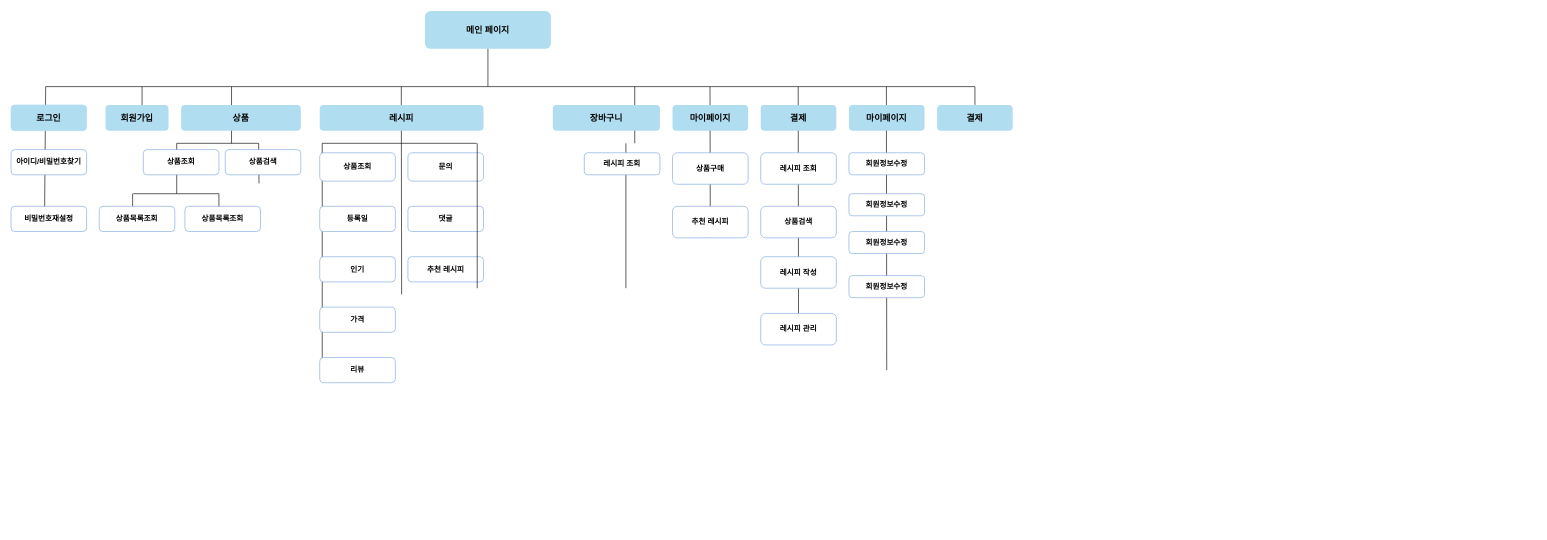
wjdwodhs/Flowchart keeps this draw.io diagram as Flowchart.drawio. Above is the earlier version. Source tidied: cells renumbered, new cells numbered last; positions are measured from the earlier drawing's top-left corner, leaving out a move shared by most shapes. Both pictures are drawn from the tidied source at 63%, with x=0, y=0 at pixel (11, 11).
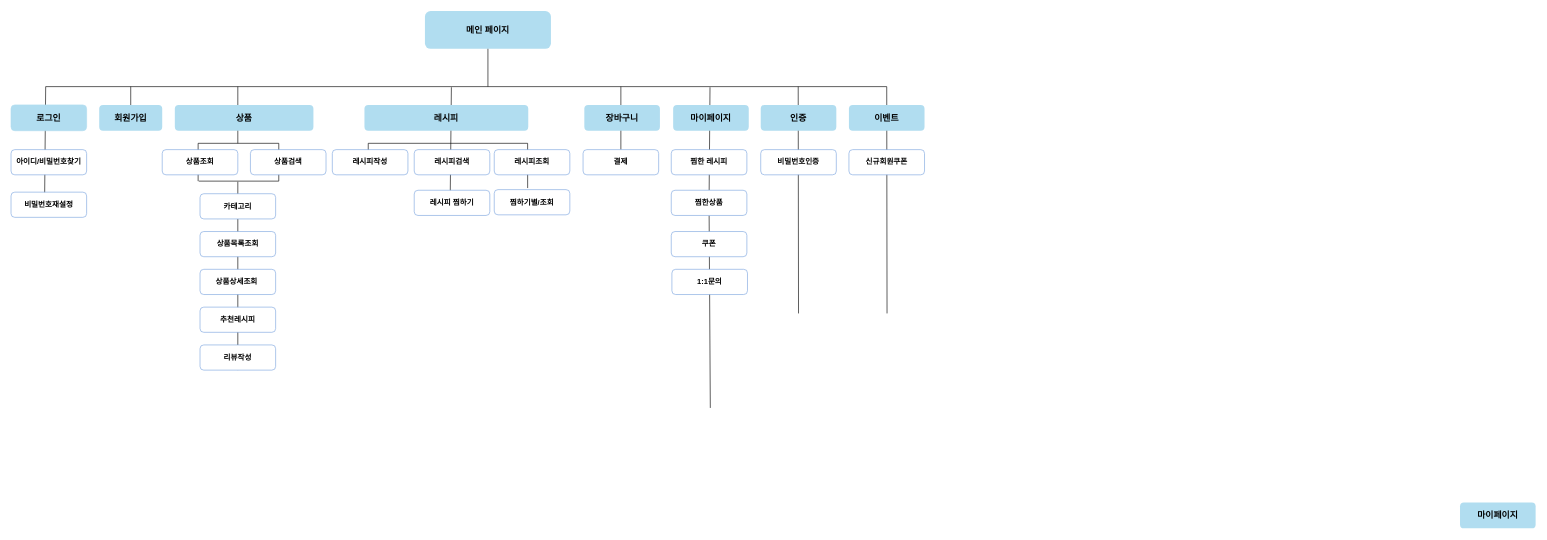
The same diagram, later.

The edit, as a diff of the source:
```diff
@@
     <mxCell id="3" style="endArrow=none;html=1;rounded=0;" parent="1" edge="1">
       <mxGeometry relative="1" as="geometry">
         <mxPoint x="55" y="120" as="sourcePoint" />
-        <mxPoint x="1530" y="120" as="targetPoint" />
+        <mxPoint x="1390" y="120" as="targetPoint" />
       </mxGeometry>
     </mxCell>
@@
     <mxCell id="6" style="endArrow=none;html=1;rounded=0;" parent="1" edge="1">
       <mxGeometry relative="1" as="geometry">
-        <mxPoint x="208" y="180" as="sourcePoint" />
-        <mxPoint x="208" y="120" as="targetPoint" />
+        <mxPoint x="190" y="180" as="sourcePoint" />
+        <mxPoint x="190" y="120" as="targetPoint" />
       </mxGeometry>
     </mxCell>
@@
     <mxCell id="8" value="&lt;h3 style=&quot;border-color: var(--border-color);&quot;&gt;&lt;span style=&quot;font-size: 14px;&quot;&gt;회원가입&lt;/span&gt;&lt;/h3&gt;" style="rounded=1;whiteSpace=wrap;html=1;fillColor=#B1DDF0;strokeColor=none;" parent="1" vertex="1">
-      <mxGeometry x="150" y="149" width="100" height="41" as="geometry" />
+      <mxGeometry x="140" y="149" width="100" height="41" as="geometry" />
     </mxCell>
-    <mxCell id="9" style="endArrow=none;html=1;rounded=0;exitX=0.5;exitY=1;exitDx=0;exitDy=0;" parent="1" edge="1" source="39">
+    <mxCell id="9" style="endArrow=none;html=1;rounded=0;" parent="1" edge="1" source="76">
       <mxGeometry relative="1" as="geometry">
-        <mxPoint x="1109.5" y="120" as="targetPoint" />
+        <mxPoint x="1109.5" y="121" as="targetPoint" />
       </mxGeometry>
     </mxCell>
@@
-    <mxCell id="11" value="&lt;h3&gt;&lt;span style=&quot;font-size: 14px;&quot;&gt;결제&lt;/span&gt;&lt;/h3&gt;" style="rounded=1;whiteSpace=wrap;html=1;fillColor=#B1DDF0;strokeColor=none;" parent="1" vertex="1">
-      <mxGeometry x="1190" y="149" width="120" height="41" as="geometry" />
+    <mxCell id="11" value="&lt;h3&gt;&lt;span style=&quot;font-size: 14px;&quot;&gt;마이페이지&lt;/span&gt;&lt;/h3&gt;" style="rounded=1;whiteSpace=wrap;html=1;fillColor=#B1DDF0;strokeColor=none;" parent="1" vertex="1">
+      <mxGeometry x="1051" y="149" width="120" height="41" as="geometry" />
     </mxCell>
@@
     <mxCell id="13" value="&lt;b&gt;비밀번호재설정&lt;/b&gt;" style="rounded=1;whiteSpace=wrap;html=1;strokeColor=#7EA6E0;" parent="1" vertex="1">
-      <mxGeometry y="310" width="120" height="40" as="geometry" />
+      <mxGeometry y="287.5" width="120" height="40" as="geometry" />
     </mxCell>
-    <mxCell id="14" style="endArrow=none;html=1;rounded=0;" parent="1" edge="1">
-      <mxGeometry relative="1" as="geometry">
-        <mxPoint x="1390" y="570" as="sourcePoint" />
-        <mxPoint x="1389.5" y="120" as="targetPoint" />
-      </mxGeometry>
-    </mxCell>
     <mxCell id="15" style="endArrow=none;html=1;rounded=0;" parent="1" edge="1">
       <mxGeometry relative="1" as="geometry">
-        <mxPoint x="350" y="210" as="sourcePoint" />
-        <mxPoint x="350" y="120" as="targetPoint" />
+        <mxPoint x="360" y="210" as="sourcePoint" />
+        <mxPoint x="360" y="120" as="targetPoint" />
       </mxGeometry>
     </mxCell>
     <mxCell id="16" value="&lt;h3&gt;&lt;span style=&quot;font-size: 14px;&quot;&gt;상품&lt;/span&gt;&lt;/h3&gt;" style="rounded=1;whiteSpace=wrap;html=1;fillColor=#B1DDF0;strokeColor=none;" parent="1" vertex="1">
-      <mxGeometry x="270" y="149" width="190" height="41" as="geometry" />
+      <mxGeometry x="260" y="149" width="220" height="41" as="geometry" />
     </mxCell>
     <mxCell id="17" style="endArrow=none;html=1;rounded=0;" parent="1" edge="1">
       <mxGeometry relative="1" as="geometry">
-        <mxPoint x="263" y="210" as="sourcePoint" />
-        <mxPoint x="393" y="210" as="targetPoint" />
+        <mxPoint x="297" y="210" as="sourcePoint" />
+        <mxPoint x="425" y="210" as="targetPoint" />
       </mxGeometry>
     </mxCell>
-    <mxCell id="18" style="endArrow=none;html=1;rounded=0;exitX=0.422;exitY=0.972;exitDx=0;exitDy=0;exitPerimeter=0;" parent="1" edge="1">
-      <mxGeometry relative="1" as="geometry">
-        <mxPoint x="393.6" y="273.6" as="sourcePoint" />
-        <mxPoint x="393" y="210" as="targetPoint" />
-      </mxGeometry>
-    </mxCell>
     <mxCell id="19" style="endArrow=none;html=1;rounded=0;" parent="1" edge="1">
       <mxGeometry relative="1" as="geometry">
-        <mxPoint x="263" y="290" as="sourcePoint" />
-        <mxPoint x="263" y="210" as="targetPoint" />
+        <mxPoint x="297" y="270" as="sourcePoint" />
+        <mxPoint x="297" y="210" as="targetPoint" />
+        <Array as="points">
+          <mxPoint x="297" y="270" />
+        </Array>
       </mxGeometry>
     </mxCell>
     <mxCell id="20" style="endArrow=none;html=1;rounded=0;" parent="1" edge="1">
       <mxGeometry relative="1" as="geometry">
-        <mxPoint x="494" y="560" as="sourcePoint" />
-        <mxPoint x="494" y="210" as="targetPoint" />
+        <mxPoint x="567" y="235" as="sourcePoint" />
+        <mxPoint x="567" y="210" as="targetPoint" />
       </mxGeometry>
     </mxCell>
-    <mxCell id="21" value="&lt;h3&gt;&lt;span style=&quot;font-size: 14px;&quot;&gt;마이페이지&lt;/span&gt;&lt;/h3&gt;" style="rounded=1;whiteSpace=wrap;html=1;fillColor=#B1DDF0;strokeColor=none;" parent="1" vertex="1">
-      <mxGeometry x="1330" y="149" width="120" height="41" as="geometry" />
-    </mxCell>
-    <mxCell id="22" value="&lt;b&gt;상품조회&lt;/b&gt;" style="rounded=1;whiteSpace=wrap;html=1;strokeColor=#7EA6E0;" parent="1" vertex="1">
-      <mxGeometry x="490" y="225" width="120" height="45" as="geometry" />
-    </mxCell>
-    <mxCell id="23" value="&lt;b&gt;등록일&lt;/b&gt;" style="rounded=1;whiteSpace=wrap;html=1;strokeColor=#7EA6E0;" parent="1" vertex="1">
-      <mxGeometry x="490" y="310" width="120" height="40" as="geometry" />
-    </mxCell>
-    <mxCell id="24" value="&lt;b&gt;인기&lt;/b&gt;" style="rounded=1;whiteSpace=wrap;html=1;strokeColor=#7EA6E0;" parent="1" vertex="1">
-      <mxGeometry x="490" y="390" width="120" height="40" as="geometry" />
-    </mxCell>
-    <mxCell id="25" value="&lt;b&gt;가격&lt;/b&gt;" style="rounded=1;whiteSpace=wrap;html=1;strokeColor=#7EA6E0;" parent="1" vertex="1">
-      <mxGeometry x="490" y="470" width="120" height="40" as="geometry" />
-    </mxCell>
-    <mxCell id="26" value="&lt;b&gt;문의&lt;/b&gt;" style="rounded=1;whiteSpace=wrap;html=1;strokeColor=#7EA6E0;fillColor=#FFFFFF;" parent="1" vertex="1">
-      <mxGeometry x="630" y="225" width="120" height="45" as="geometry" />
-    </mxCell>
-    <mxCell id="27" value="&lt;b&gt;댓글&lt;/b&gt;" style="rounded=1;whiteSpace=wrap;html=1;strokeColor=#7EA6E0;fillColor=#FFFFFF;" parent="1" vertex="1">
-      <mxGeometry x="630" y="310" width="120" height="40" as="geometry" />
-    </mxCell>
-    <mxCell id="28" value="&lt;b&gt;추천 레시피&lt;/b&gt;" style="rounded=1;whiteSpace=wrap;html=1;strokeColor=#7EA6E0;" parent="1" vertex="1">
-      <mxGeometry x="630" y="390" width="120" height="40" as="geometry" />
-    </mxCell>
     <mxCell id="29" value="&lt;h3&gt;&lt;span style=&quot;font-size: 14px;&quot;&gt;마이페이지&lt;/span&gt;&lt;/h3&gt;" style="rounded=1;whiteSpace=wrap;html=1;fillColor=#B1DDF0;strokeColor=none;" parent="1" vertex="1">
-      <mxGeometry x="1050" y="149" width="120" height="41" as="geometry" />
+      <mxGeometry x="2300" y="780" width="120" height="41" as="geometry" />
     </mxCell>
-    <mxCell id="30" value="&lt;b&gt;리뷰&lt;/b&gt;" style="rounded=1;whiteSpace=wrap;html=1;strokeColor=#7EA6E0;" parent="1" vertex="1">
-      <mxGeometry x="490" y="550" width="120" height="40" as="geometry" />
-    </mxCell>
     <mxCell id="31" style="endArrow=none;html=1;rounded=0;" parent="1" edge="1">
       <mxGeometry relative="1" as="geometry">
-        <mxPoint x="494" y="210" as="sourcePoint" />
-        <mxPoint x="739" y="210" as="targetPoint" />
+        <mxPoint x="567" y="210" as="sourcePoint" />
+        <mxPoint x="820" y="210" as="targetPoint" />
       </mxGeometry>
     </mxCell>
     <mxCell id="32" style="endArrow=none;html=1;rounded=0;" parent="1" edge="1">
       <mxGeometry relative="1" as="geometry">
-        <mxPoint x="620" y="450" as="sourcePoint" />
-        <mxPoint x="619.5" y="120" as="targetPoint" />
+        <mxPoint x="697.2" y="290" as="sourcePoint" />
+        <mxPoint x="699" y="121" as="targetPoint" />
       </mxGeometry>
     </mxCell>
     <mxCell id="33" value="&lt;h3 style=&quot;border-color: var(--border-color);&quot;&gt;레시피&lt;/h3&gt;" style="rounded=1;whiteSpace=wrap;html=1;fillColor=#B1DDF0;strokeColor=none;" parent="1" vertex="1">
-      <mxGeometry x="490" y="149" width="260" height="41" as="geometry" />
+      <mxGeometry x="561" y="149" width="260" height="41" as="geometry" />
     </mxCell>
-    <mxCell id="34" style="endArrow=none;html=1;rounded=0;" parent="1" edge="1">
+    <mxCell id="34" style="endArrow=none;html=1;rounded=0;exitX=0.5;exitY=0;exitDx=0;exitDy=0;" parent="1" edge="1" source="46">
       <mxGeometry relative="1" as="geometry">
-        <mxPoint x="990" y="210" as="sourcePoint" />
-        <mxPoint x="990" y="120" as="targetPoint" />
+        <mxPoint x="968" y="120" as="targetPoint" />
       </mxGeometry>
     </mxCell>
     <mxCell id="35" value="&lt;h3&gt;&lt;span style=&quot;font-size: 14px;&quot;&gt;장바구니&lt;/span&gt;&lt;/h3&gt;" style="rounded=1;whiteSpace=wrap;html=1;fillColor=#B1DDF0;strokeColor=none;" parent="1" vertex="1">
-      <mxGeometry x="860" y="149" width="170" height="41" as="geometry" />
+      <mxGeometry x="910" y="149" width="120" height="41" as="geometry" />
     </mxCell>
-    <mxCell id="36" style="endArrow=none;html=1;rounded=0;exitX=0.55;exitY=1;exitDx=0;exitDy=0;exitPerimeter=0;" parent="1" edge="1">
-      <mxGeometry relative="1" as="geometry">
-        <mxPoint x="976" y="440" as="sourcePoint" />
-        <mxPoint x="976" y="210" as="targetPoint" />
-      </mxGeometry>
-    </mxCell>
-    <mxCell id="37" value="&lt;b&gt;레시피 조회&lt;/b&gt;" style="rounded=1;whiteSpace=wrap;html=1;strokeColor=#7EA6E0;fillColor=#FFFFFF;" parent="1" vertex="1">
-      <mxGeometry x="910" y="225" width="120" height="35" as="geometry" />
-    </mxCell>
-    <mxCell id="38" value="&lt;b&gt;상품구매&lt;/b&gt;" style="rounded=1;whiteSpace=wrap;html=1;strokeColor=#7EA6E0;" parent="1" vertex="1">
-      <mxGeometry x="1050" y="225" width="120" height="50" as="geometry" />
-    </mxCell>
-    <mxCell id="39" value="&lt;b&gt;추천 레시피&lt;/b&gt;" style="rounded=1;whiteSpace=wrap;html=1;strokeColor=#7EA6E0;" parent="1" vertex="1">
-      <mxGeometry x="1050" y="310" width="120" height="50" as="geometry" />
-    </mxCell>
-    <mxCell id="40" value="&lt;b&gt;레시피 조회&lt;/b&gt;" style="rounded=1;whiteSpace=wrap;html=1;strokeColor=#7EA6E0;" parent="1" vertex="1">
-      <mxGeometry x="1190" y="225" width="120" height="50" as="geometry" />
-    </mxCell>
-    <mxCell id="41" value="&lt;b&gt;상품검색&lt;/b&gt;" style="rounded=1;whiteSpace=wrap;html=1;strokeColor=#7EA6E0;" parent="1" vertex="1">
-      <mxGeometry x="1190" y="310" width="120" height="50" as="geometry" />
-    </mxCell>
-    <mxCell id="42" value="&lt;b&gt;레시피 작성&lt;/b&gt;" style="rounded=1;whiteSpace=wrap;html=1;strokeColor=#7EA6E0;" parent="1" vertex="1">
-      <mxGeometry x="1190" y="390" width="120" height="50" as="geometry" />
-    </mxCell>
-    <mxCell id="43" value="&lt;b&gt;회원정보수정&lt;/b&gt;" style="rounded=1;whiteSpace=wrap;html=1;strokeColor=#7EA6E0;" parent="1" vertex="1">
-      <mxGeometry x="1330" y="225" width="120" height="35" as="geometry" />
-    </mxCell>
-    <mxCell id="44" value="&lt;b&gt;레시피 관리&lt;/b&gt;" style="rounded=1;whiteSpace=wrap;html=1;strokeColor=#7EA6E0;fillColor=#FFFFFF;" parent="1" vertex="1">
-      <mxGeometry x="1190" y="480" width="120" height="50" as="geometry" />
-    </mxCell>
-    <mxCell id="45" style="endArrow=none;html=1;rounded=0;" parent="1" edge="1" source="46">
-      <mxGeometry relative="1" as="geometry">
-        <mxPoint x="1530" y="120" as="targetPoint" />
-      </mxGeometry>
-    </mxCell>
+    <mxCell id="51" style="endArrow=none;html=1;rounded=0;" parent="1" edge="1">
+      <mxGeometry relative="1" as="geometry">
+        <mxPoint x="298" y="270" as="sourcePoint" />
+        <mxPoint x="425" y="270" as="targetPoint" />
+      </mxGeometry>
+    </mxCell>
+    <mxCell id="54" value="&lt;font style=&quot;font-size: 12px;&quot;&gt;&lt;b&gt;상품조회&lt;/b&gt;&lt;/font&gt;" style="rounded=1;whiteSpace=wrap;html=1;strokeColor=#7EA6E0;" parent="1" vertex="1">
+      <mxGeometry x="240" y="220" width="120" height="40" as="geometry" />
+    </mxCell>
+    <mxCell id="58" style="endArrow=none;html=1;rounded=0;" parent="1" edge="1">
+      <mxGeometry relative="1" as="geometry">
+        <mxPoint x="425" y="270" as="sourcePoint" />
+        <mxPoint x="425" y="210" as="targetPoint" />
+      </mxGeometry>
+    </mxCell>
+    <mxCell id="59" value="&lt;b&gt;상품검색&lt;/b&gt;" style="rounded=1;whiteSpace=wrap;html=1;strokeColor=#7EA6E0;" parent="1" vertex="1">
+      <mxGeometry x="380" y="220" width="120" height="40" as="geometry" />
+    </mxCell>
+    <mxCell id="60" style="endArrow=none;html=1;rounded=0;exitX=0.5;exitY=1;exitDx=0;exitDy=0;" parent="1" edge="1" source="68">
+      <mxGeometry relative="1" as="geometry">
+        <mxPoint x="360" y="271" as="targetPoint" />
+      </mxGeometry>
+    </mxCell>
+    <mxCell id="61" value="&lt;b&gt;상품목록조회&lt;/b&gt;" style="rounded=1;whiteSpace=wrap;html=1;strokeColor=#7EA6E0;" parent="1" vertex="1">
+      <mxGeometry x="300" y="350" width="120" height="40" as="geometry" />
+    </mxCell>
+    <mxCell id="62" value="&lt;b&gt;레시피검색&lt;/b&gt;" style="rounded=1;whiteSpace=wrap;html=1;strokeColor=#7EA6E0;" parent="1" vertex="1">
+      <mxGeometry x="640" y="220" width="120" height="40" as="geometry" />
+    </mxCell>
+    <mxCell id="63" value="&lt;b&gt;레시피작성&lt;/b&gt;" style="rounded=1;whiteSpace=wrap;html=1;strokeColor=#7EA6E0;" parent="1" vertex="1">
+      <mxGeometry x="510" y="220" width="120" height="40" as="geometry" />
+    </mxCell>
+    <mxCell id="64" value="&lt;b&gt;카테고리&lt;/b&gt;" style="rounded=1;whiteSpace=wrap;html=1;strokeColor=#7EA6E0;" parent="1" vertex="1">
+      <mxGeometry x="300" y="290" width="120" height="40" as="geometry" />
+    </mxCell>
+    <mxCell id="65" value="&lt;b&gt;레시피 찜하기&lt;/b&gt;" style="rounded=1;whiteSpace=wrap;html=1;strokeColor=#7EA6E0;" parent="1" vertex="1">
+      <mxGeometry x="640" y="284.5" width="120" height="40" as="geometry" />
+    </mxCell>
+    <mxCell id="66" value="&lt;b&gt;추천레시피&lt;/b&gt;" style="rounded=1;whiteSpace=wrap;html=1;strokeColor=#7EA6E0;" parent="1" vertex="1">
+      <mxGeometry x="300" y="470" width="120" height="40" as="geometry" />
+    </mxCell>
+    <mxCell id="67" value="&lt;b&gt;상품상세조회&amp;nbsp;&lt;/b&gt;" style="rounded=1;whiteSpace=wrap;html=1;strokeColor=#7EA6E0;" parent="1" vertex="1">
+      <mxGeometry x="300" y="410" width="120" height="40" as="geometry" />
+    </mxCell>
+    <mxCell id="68" value="&lt;b&gt;리뷰작성&lt;/b&gt;" style="rounded=1;whiteSpace=wrap;html=1;strokeColor=#7EA6E0;" parent="1" vertex="1">
+      <mxGeometry x="300" y="530" width="120" height="40" as="geometry" />
+    </mxCell>
+    <mxCell id="69" value="&lt;b&gt;찜하기별/조회&lt;/b&gt;" style="rounded=1;whiteSpace=wrap;html=1;strokeColor=#7EA6E0;" parent="1" vertex="1">
+      <mxGeometry x="767" y="283.5" width="120" height="40" as="geometry" />
+    </mxCell>
+    <mxCell id="70" style="endArrow=none;html=1;rounded=0;exitX=0.442;exitY=-0.062;exitDx=0;exitDy=0;exitPerimeter=0;" parent="1" edge="1" source="69">
+      <mxGeometry relative="1" as="geometry">
+        <mxPoint x="820" y="210" as="targetPoint" />
+      </mxGeometry>
+    </mxCell>
+    <mxCell id="71" value="&lt;b&gt;레시피조회&lt;/b&gt;" style="rounded=1;whiteSpace=wrap;html=1;strokeColor=#7EA6E0;" parent="1" vertex="1">
+      <mxGeometry x="767" y="220" width="120" height="40" as="geometry" />
+    </mxCell>
-    <mxCell id="46" value="&lt;h3&gt;&lt;span style=&quot;font-size: 14px;&quot;&gt;결제&lt;/span&gt;&lt;/h3&gt;" style="rounded=1;whiteSpace=wrap;html=1;fillColor=#B1DDF0;strokeColor=none;" parent="1" vertex="1">
-      <mxGeometry x="1470" y="149" width="120" height="41" as="geometry" />
+    <mxCell id="46" value="&lt;b&gt;결제&lt;/b&gt;" style="rounded=1;whiteSpace=wrap;html=1;strokeColor=#7EA6E0;" parent="1" vertex="1">
+      <mxGeometry x="908" y="220" width="120" height="40" as="geometry" />
     </mxCell>
-    <mxCell id="47" value="&lt;b&gt;회원정보수정&lt;/b&gt;" style="rounded=1;whiteSpace=wrap;html=1;strokeColor=#7EA6E0;" parent="1" vertex="1">
-      <mxGeometry x="1330" y="290" width="120" height="35" as="geometry" />
-    </mxCell>
-    <mxCell id="48" value="&lt;b&gt;회원정보수정&lt;/b&gt;" style="rounded=1;whiteSpace=wrap;html=1;strokeColor=#7EA6E0;" parent="1" vertex="1">
-      <mxGeometry x="1330" y="350" width="120" height="35" as="geometry" />
-    </mxCell>
-    <mxCell id="49" value="&lt;b&gt;회원정보수정&lt;/b&gt;" style="rounded=1;whiteSpace=wrap;html=1;strokeColor=#7EA6E0;" parent="1" vertex="1">
-      <mxGeometry x="1330" y="420" width="120" height="35" as="geometry" />
-    </mxCell>
-    <mxCell id="50" style="endArrow=none;html=1;rounded=0;exitX=0.5;exitY=1;exitDx=0;exitDy=0;" parent="1" edge="1">
-      <mxGeometry relative="1" as="geometry">
-        <mxPoint x="740" y="440" as="sourcePoint" />
-        <mxPoint x="740" y="210" as="targetPoint" />
-      </mxGeometry>
-    </mxCell>
-    <mxCell id="51" style="endArrow=none;html=1;rounded=0;" parent="1" edge="1">
-      <mxGeometry relative="1" as="geometry">
-        <mxPoint x="194" y="290" as="sourcePoint" />
-        <mxPoint x="330" y="290" as="targetPoint" />
-      </mxGeometry>
-    </mxCell>
-    <mxCell id="52" style="endArrow=none;html=1;rounded=0;" parent="1" edge="1">
-      <mxGeometry relative="1" as="geometry">
-        <mxPoint x="193" y="310" as="sourcePoint" />
-        <mxPoint x="193" y="290" as="targetPoint" />
-      </mxGeometry>
-    </mxCell>
-    <mxCell id="53" value="&lt;b&gt;상품목록조회&lt;/b&gt;" style="rounded=1;whiteSpace=wrap;html=1;strokeColor=#7EA6E0;" parent="1" vertex="1">
-      <mxGeometry x="140" y="310" width="120" height="40" as="geometry" />
-    </mxCell>
-    <mxCell id="54" value="&lt;font style=&quot;font-size: 12px;&quot;&gt;&lt;b&gt;상품조회&lt;/b&gt;&lt;/font&gt;" style="rounded=1;whiteSpace=wrap;html=1;strokeColor=#7EA6E0;" parent="1" vertex="1">
-      <mxGeometry x="210" y="220" width="120" height="40" as="geometry" />
-    </mxCell>
-    <mxCell id="55" value="&lt;b&gt;상품검색&lt;/b&gt;" style="rounded=1;whiteSpace=wrap;html=1;strokeColor=#7EA6E0;" parent="1" vertex="1">
-      <mxGeometry x="340" y="220" width="120" height="40" as="geometry" />
-    </mxCell>
-    <mxCell id="56" value="&lt;b&gt;상품목록조회&lt;/b&gt;" style="rounded=1;whiteSpace=wrap;html=1;strokeColor=#7EA6E0;" parent="1" vertex="1">
-      <mxGeometry x="276" y="310" width="120" height="40" as="geometry" />
-    </mxCell>
-    <mxCell id="57" style="endArrow=none;html=1;rounded=0;" parent="1" edge="1">
-      <mxGeometry relative="1" as="geometry">
-        <mxPoint x="330" y="310" as="sourcePoint" />
-        <mxPoint x="330" y="290" as="targetPoint" />
-      </mxGeometry>
-    </mxCell>
+    <mxCell id="72" value="&lt;b&gt;찜한 레시피&lt;/b&gt;" style="rounded=1;whiteSpace=wrap;html=1;strokeColor=#7EA6E0;" parent="1" vertex="1">
+      <mxGeometry x="1048" y="220" width="120" height="40" as="geometry" />
+    </mxCell>
+    <mxCell id="73" value="&lt;h3&gt;&lt;span style=&quot;font-size: 14px;&quot;&gt;인증&lt;/span&gt;&lt;/h3&gt;" style="rounded=1;whiteSpace=wrap;html=1;fillColor=#B1DDF0;strokeColor=none;" parent="1" vertex="1">
+      <mxGeometry x="1190" y="149" width="120" height="41" as="geometry" />
+    </mxCell>
+    <mxCell id="74" value="&lt;b&gt;비밀번호인증&lt;/b&gt;" style="rounded=1;whiteSpace=wrap;html=1;strokeColor=#7EA6E0;" parent="1" vertex="1">
+      <mxGeometry x="1190" y="220" width="120" height="40" as="geometry" />
+    </mxCell>
+    <mxCell id="75" style="endArrow=none;html=1;rounded=0;" parent="1" edge="1" target="76">
+      <mxGeometry relative="1" as="geometry">
+        <mxPoint x="1110" y="630" as="sourcePoint" />
+      </mxGeometry>
+    </mxCell>
+    <mxCell id="76" value="&lt;b&gt;찜한상품&lt;/b&gt;" style="rounded=1;whiteSpace=wrap;html=1;strokeColor=#7EA6E0;" parent="1" vertex="1">
+      <mxGeometry x="1048" y="284.5" width="120" height="40" as="geometry" />
+    </mxCell>
+    <mxCell id="77" value="&lt;b&gt;쿠폰&lt;/b&gt;" style="rounded=1;whiteSpace=wrap;html=1;strokeColor=#7EA6E0;" parent="1" vertex="1">
+      <mxGeometry x="1048" y="350" width="120" height="40" as="geometry" />
+    </mxCell>
+    <mxCell id="78" style="endArrow=none;html=1;rounded=0;" parent="1" edge="1">
+      <mxGeometry relative="1" as="geometry">
+        <mxPoint x="1390.5" y="480" as="sourcePoint" />
+        <mxPoint x="1390" y="120" as="targetPoint" />
+      </mxGeometry>
+    </mxCell>
+    <mxCell id="79" value="&lt;h3&gt;&lt;span style=&quot;font-size: 14px;&quot;&gt;이벤트&lt;/span&gt;&lt;/h3&gt;" style="rounded=1;whiteSpace=wrap;html=1;fillColor=#B1DDF0;strokeColor=none;" parent="1" vertex="1">
+      <mxGeometry x="1330" y="149" width="120" height="41" as="geometry" />
+    </mxCell>
+    <mxCell id="80" value="&lt;b&gt;신규회원쿠폰&lt;/b&gt;" style="rounded=1;whiteSpace=wrap;html=1;strokeColor=#7EA6E0;" parent="1" vertex="1">
+      <mxGeometry x="1330" y="220" width="120" height="40" as="geometry" />
+    </mxCell>
+    <mxCell id="81" value="&lt;b&gt;1:1문의&lt;/b&gt;" style="rounded=1;whiteSpace=wrap;html=1;strokeColor=#7EA6E0;" parent="1" vertex="1">
+      <mxGeometry x="1049" y="410" width="120" height="40" as="geometry" />
+    </mxCell>
```
